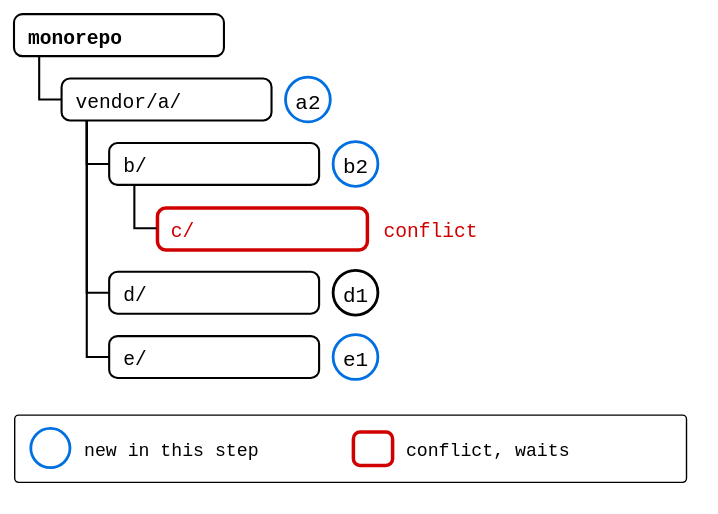
Above: docs/09-scenarios/05-nested-splices/05-recursive-pull/tree-c-conflicts.drawio.svg in roschaefer/git-splice (draw.io), before the change. Source tidied: cells renumbered, new cells last; positions are measured from the earlier drawing's top-left corner, leaving out a move shared by most shapes.
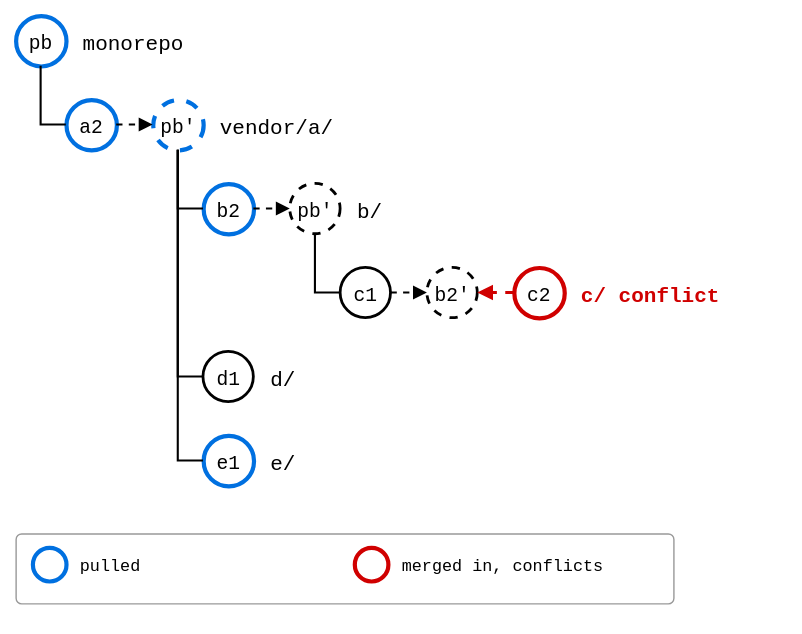
Above is the later version.

What changed in the source:
```diff
@@ -2,68 +2,95 @@
   <root>
     <mxCell id="0" />
     <mxCell id="1" parent="0" />
+    <mxCell id="23" value="pb" style="ellipse;strokeWidth=2;fontSize=14;fontFamily=Roboto Mono,monospace;strokeColor=#0070E0;strokeWidth=3;" parent="1" vertex="1">
+      <mxGeometry width="36" height="36" as="geometry" />
+    </mxCell>
-    <mxCell id="2" value="monorepo" style="rounded=1;arcSize=20;strokeWidth=1.5;fontSize=14;align=left;spacingLeft=8;fontFamily=Roboto Mono,monospace;fontStyle=1;" parent="1" vertex="1">
-      <mxGeometry width="150" height="30" as="geometry" />
+    <mxCell id="2" value="monorepo" style="text;align=left;verticalAlign=middle;fontSize=15;fontFamily=Roboto Mono,monospace;tree=1;" parent="1" vertex="1">
+      <mxGeometry x="46" width="192" height="36" as="geometry" />
     </mxCell>
+    <mxCell id="24" value="a2" style="ellipse;strokeWidth=2;fontSize=14;fontFamily=Roboto Mono,monospace;strokeColor=#0070E0;strokeWidth=3;" parent="1" vertex="1">
+      <mxGeometry x="36" y="60" width="36" height="36" as="geometry" />
+    </mxCell>
+    <mxCell id="25" style="endArrow=none;strokeWidth=1.5;edgeStyle=orthogonalEdgeStyle;rounded=0;exitX=0.5;exitY=1;exitDx=0;exitDy=0;entryX=0;entryY=0.5;entryDx=0;entryDy=0;" parent="1" edge="1" source="23" target="24">
+      <mxGeometry relative="1" as="geometry" />
+    </mxCell>
+    <mxCell id="26" value="pb'" style="ellipse;strokeWidth=2;fontSize=14;fontFamily=Roboto Mono,monospace;dashed=1;strokeColor=#0070E0;strokeWidth=3;" parent="1" vertex="1">
+      <mxGeometry x="98" y="60" width="36" height="36" as="geometry" />
+    </mxCell>
+    <mxCell id="27" style="endArrow=block;endFill=1;strokeWidth=1.5;dashed=1;" parent="1" edge="1" source="24" target="26">
+      <mxGeometry relative="1" as="geometry" />
+    </mxCell>
-    <mxCell id="3" value="vendor/a/" style="rounded=1;arcSize=20;strokeWidth=1.5;fontSize=14;align=left;spacingLeft=8;fontFamily=Roboto Mono,monospace;" parent="1" vertex="1">
-      <mxGeometry x="34" y="46" width="150" height="30" as="geometry" />
+    <mxCell id="3" value="vendor/a/" style="text;align=left;verticalAlign=middle;fontSize=15;fontFamily=Roboto Mono,monospace;" parent="1" vertex="1">
+      <mxGeometry x="144" y="60" width="201" height="36" as="geometry" />
     </mxCell>
-    <mxCell id="4" style="edgeStyle=orthogonalEdgeStyle;rounded=0;endArrow=none;html=1;strokeWidth=1.5;exitX=0.12;exitY=1;exitDx=0;exitDy=0;entryX=0;entryY=0.5;entryDx=0;entryDy=0;" parent="1" edge="1" source="2" target="3">
-      <mxGeometry relative="1" as="geometry" />
-    </mxCell>
+    <mxCell id="8" value="b2" style="ellipse;strokeWidth=2;fontSize=14;fontFamily=Roboto Mono,monospace;strokeColor=#0070E0;strokeWidth=3;" parent="1" vertex="1">
+      <mxGeometry x="134" y="120" width="36" height="36" as="geometry" />
+    </mxCell>
+    <mxCell id="28" style="endArrow=none;strokeWidth=1.5;edgeStyle=orthogonalEdgeStyle;rounded=0;exitX=0.5;exitY=1;exitDx=0;exitDy=0;entryX=0;entryY=0.5;entryDx=0;entryDy=0;" parent="1" edge="1" source="26" target="8">
+      <mxGeometry relative="1" as="geometry" />
+    </mxCell>
+    <mxCell id="29" value="pb'" style="ellipse;strokeWidth=2;fontSize=14;fontFamily=Roboto Mono,monospace;dashed=1;" parent="1" vertex="1">
+      <mxGeometry x="196" y="120" width="36" height="36" as="geometry" />
+    </mxCell>
+    <mxCell id="30" style="endArrow=block;endFill=1;strokeWidth=1.5;dashed=1;" parent="1" edge="1" source="8" target="29">
+      <mxGeometry relative="1" as="geometry" />
+    </mxCell>
+    <mxCell id="6" value="b/" style="text;align=left;verticalAlign=middle;fontSize=15;fontFamily=Roboto Mono,monospace;" parent="1" vertex="1">
+      <mxGeometry x="242" y="120" width="138" height="36" as="geometry" />
+    </mxCell>
+    <mxCell id="31" value="c1" style="ellipse;strokeWidth=2;fontSize=14;fontFamily=Roboto Mono,monospace;" parent="1" vertex="1">
+      <mxGeometry x="232" y="180" width="36" height="36" as="geometry" />
+    </mxCell>
+    <mxCell id="32" style="endArrow=none;strokeWidth=1.5;edgeStyle=orthogonalEdgeStyle;rounded=0;exitX=0.5;exitY=1;exitDx=0;exitDy=0;entryX=0;entryY=0.5;entryDx=0;entryDy=0;" parent="1" edge="1" source="29" target="31">
+      <mxGeometry relative="1" as="geometry" />
+    </mxCell>
+    <mxCell id="33" value="b2'" style="ellipse;strokeWidth=2;fontSize=14;fontFamily=Roboto Mono,monospace;dashed=1;" parent="1" vertex="1">
+      <mxGeometry x="294" y="180" width="36" height="36" as="geometry" />
+    </mxCell>
+    <mxCell id="34" style="endArrow=block;endFill=1;strokeWidth=1.5;dashed=1;" parent="1" edge="1" source="31" target="33">
+      <mxGeometry relative="1" as="geometry" />
+    </mxCell>
+    <mxCell id="35" value="c2" style="ellipse;strokeWidth=2;fontSize=14;fontFamily=Roboto Mono,monospace;strokeColor=#D00000;strokeWidth=3;" parent="1" vertex="1">
+      <mxGeometry x="356" y="180" width="36" height="36" as="geometry" />
+    </mxCell>
+    <mxCell id="36" style="endArrow=block;endFill=1;strokeWidth=2;strokeColor=#D00000;dashed=1;" parent="1" edge="1" source="35" target="33">
+      <mxGeometry relative="1" as="geometry" />
+    </mxCell>
+    <mxCell id="37" value="c/   conflict" style="text;align=left;verticalAlign=middle;fontSize=15;fontFamily=Roboto Mono,monospace;fontColor=#D00000;fontStyle=1;" parent="1" vertex="1">
+      <mxGeometry x="402" y="180" width="138" height="36" as="geometry" />
+    </mxCell>
+    <mxCell id="14" value="d1" style="ellipse;strokeWidth=2;fontSize=14;fontFamily=Roboto Mono,monospace;" parent="1" vertex="1">
+      <mxGeometry x="134" y="240" width="36" height="36" as="geometry" />
+    </mxCell>
-    <mxCell id="5" value="a2" style="ellipse;strokeWidth=2;fontSize=15;fontFamily=Roboto Mono,monospace;strokeColor=#0070E0;" parent="1" vertex="1">
-      <mxGeometry x="194" y="45" width="32" height="32" as="geometry" />
+    <mxCell id="5" style="endArrow=none;strokeWidth=1.5;edgeStyle=orthogonalEdgeStyle;rounded=0;exitX=0.5;exitY=1;exitDx=0;exitDy=0;entryX=0;entryY=0.5;entryDx=0;entryDy=0;" parent="1" edge="1" source="26" target="14">
+      <mxGeometry relative="1" as="geometry" />
     </mxCell>
-    <mxCell id="6" value="b/" style="rounded=1;arcSize=20;strokeWidth=1.5;fontSize=14;align=left;spacingLeft=8;fontFamily=Roboto Mono,monospace;" parent="1" vertex="1">
-      <mxGeometry x="68" y="92" width="150" height="30" as="geometry" />
-    </mxCell>
-    <mxCell id="7" style="edgeStyle=orthogonalEdgeStyle;rounded=0;endArrow=none;html=1;strokeWidth=1.5;exitX=0.12;exitY=1;exitDx=0;exitDy=0;entryX=0;entryY=0.5;entryDx=0;entryDy=0;" parent="1" edge="1" source="3" target="6">
-      <mxGeometry relative="1" as="geometry" />
-    </mxCell>
-    <mxCell id="8" value="b2" style="ellipse;strokeWidth=2;fontSize=15;fontFamily=Roboto Mono,monospace;strokeColor=#0070E0;" parent="1" vertex="1">
-      <mxGeometry x="228" y="91" width="32" height="32" as="geometry" />
-    </mxCell>
-    <mxCell id="9" value="c/" style="rounded=1;arcSize=20;strokeWidth=1.5;fontSize=14;align=left;spacingLeft=8;fontFamily=Roboto Mono,monospace;strokeColor=#D00000;strokeWidth=2.5;fontColor=#D00000;" parent="1" vertex="1">
-      <mxGeometry x="102" y="138" width="150" height="30" as="geometry" />
-    </mxCell>
-    <mxCell id="10" style="edgeStyle=orthogonalEdgeStyle;rounded=0;endArrow=none;html=1;strokeWidth=1.5;exitX=0.12;exitY=1;exitDx=0;exitDy=0;entryX=0;entryY=0.5;entryDx=0;entryDy=0;" parent="1" edge="1" source="6" target="9">
-      <mxGeometry relative="1" as="geometry" />
-    </mxCell>
-    <mxCell id="11" value="conflict" style="text;fontSize=14;align=left;verticalAlign=middle;fontColor=#D00000;fontFamily=Roboto Mono,monospace;" parent="1" vertex="1">
-      <mxGeometry x="262" y="138" width="90" height="30" as="geometry" />
-    </mxCell>
-    <mxCell id="12" value="d/" style="rounded=1;arcSize=20;strokeWidth=1.5;fontSize=14;align=left;spacingLeft=8;fontFamily=Roboto Mono,monospace;" parent="1" vertex="1">
-      <mxGeometry x="68" y="184" width="150" height="30" as="geometry" />
+    <mxCell id="12" value="d/" style="text;align=left;verticalAlign=middle;fontSize=15;fontFamily=Roboto Mono,monospace;" parent="1" vertex="1">
+      <mxGeometry x="180" y="240" width="138" height="36" as="geometry" />
     </mxCell>
-    <mxCell id="13" style="edgeStyle=orthogonalEdgeStyle;rounded=0;endArrow=none;html=1;strokeWidth=1.5;exitX=0.12;exitY=1;exitDx=0;exitDy=0;entryX=0;entryY=0.5;entryDx=0;entryDy=0;" parent="1" edge="1" source="3" target="12">
-      <mxGeometry relative="1" as="geometry" />
-    </mxCell>
-    <mxCell id="14" value="d1" style="ellipse;strokeWidth=2;fontSize=15;fontFamily=Roboto Mono,monospace;" parent="1" vertex="1">
-      <mxGeometry x="228" y="183" width="32" height="32" as="geometry" />
-    </mxCell>
+    <mxCell id="17" value="e1" style="ellipse;strokeWidth=2;fontSize=14;fontFamily=Roboto Mono,monospace;strokeColor=#0070E0;strokeWidth=3;" parent="1" vertex="1">
+      <mxGeometry x="134" y="300" width="36" height="36" as="geometry" />
+    </mxCell>
+    <mxCell id="38" style="endArrow=none;strokeWidth=1.5;edgeStyle=orthogonalEdgeStyle;rounded=0;exitX=0.5;exitY=1;exitDx=0;exitDy=0;entryX=0;entryY=0.5;entryDx=0;entryDy=0;" parent="1" edge="1" source="26" target="17">
+      <mxGeometry relative="1" as="geometry" />
+    </mxCell>
-    <mxCell id="15" value="e/" style="rounded=1;arcSize=20;strokeWidth=1.5;fontSize=14;align=left;spacingLeft=8;fontFamily=Roboto Mono,monospace;" parent="1" vertex="1">
-      <mxGeometry x="68" y="230" width="150" height="30" as="geometry" />
+    <mxCell id="15" value="e/" style="text;align=left;verticalAlign=middle;fontSize=15;fontFamily=Roboto Mono,monospace;" parent="1" vertex="1">
+      <mxGeometry x="180" y="300" width="138" height="36" as="geometry" />
     </mxCell>
-    <mxCell id="16" style="edgeStyle=orthogonalEdgeStyle;rounded=0;endArrow=none;html=1;strokeWidth=1.5;exitX=0.12;exitY=1;exitDx=0;exitDy=0;entryX=0;entryY=0.5;entryDx=0;entryDy=0;" parent="1" edge="1" source="3" target="15">
-      <mxGeometry relative="1" as="geometry" />
-    </mxCell>
-    <mxCell id="17" value="e1" style="ellipse;strokeWidth=2;fontSize=15;fontFamily=Roboto Mono,monospace;strokeColor=#0070E0;" parent="1" vertex="1">
-      <mxGeometry x="228" y="229" width="32" height="32" as="geometry" />
-    </mxCell>
-    <mxCell id="18" style="rounded=1;arcSize=6;fillColor=none;strokeWidth=1;dashed=0;" parent="1" vertex="1">
-      <mxGeometry y="286" width="480" height="48" as="geometry" />
-    </mxCell>
-    <mxCell id="19" style="ellipse;strokeWidth=2;strokeColor=#0070E0;" parent="1" vertex="1">
-      <mxGeometry x="12" y="296" width="28" height="28" as="geometry" />
-    </mxCell>
-    <mxCell id="20" value="new in this step" style="text;fontSize=13;align=left;verticalAlign=middle;fontFamily=Roboto Mono,monospace;" parent="1" vertex="1">
-      <mxGeometry x="48" y="296" width="180" height="28" as="geometry" />
-    </mxCell>
-    <mxCell id="21" style="rounded=1;arcSize=20;strokeWidth=2.5;strokeColor=#D00000;" parent="1" vertex="1">
-      <mxGeometry x="242" y="298" width="28" height="24" as="geometry" />
-    </mxCell>
-    <mxCell id="22" value="conflict, waits" style="text;fontSize=13;align=left;verticalAlign=middle;fontFamily=Roboto Mono,monospace;" parent="1" vertex="1">
-      <mxGeometry x="278" y="296" width="180" height="28" as="geometry" />
-    </mxCell>
+    <mxCell id="39" style="rounded=1;arcSize=8;fillColor=none;strokeColor=#999999;strokeWidth=1;legend=1;" parent="1" vertex="1">
+      <mxGeometry y="370" width="470" height="50" as="geometry" />
+    </mxCell>
+    <mxCell id="40" style="ellipse;strokeWidth=2;strokeColor=#0070E0;strokeWidth=3;" parent="39" vertex="1">
+      <mxGeometry x="12" y="10" width="24" height="24" as="geometry" />
+    </mxCell>
+    <mxCell id="41" value="pulled" style="text;align=left;verticalAlign=middle;fontSize=12;fontFamily=Roboto Mono,monospace;" parent="39" vertex="1">
+      <mxGeometry x="44" y="8" width="190" height="28" as="geometry" />
+    </mxCell>
+    <mxCell id="42" style="ellipse;strokeWidth=2;strokeColor=#D00000;strokeWidth=3;" parent="39" vertex="1">
+      <mxGeometry x="242" y="10" width="24" height="24" as="geometry" />
+    </mxCell>
+    <mxCell id="43" value="merged in, conflicts" style="text;align=left;verticalAlign=middle;fontSize=12;fontFamily=Roboto Mono,monospace;" parent="39" vertex="1">
+      <mxGeometry x="274" y="8" width="190" height="28" as="geometry" />
+    </mxCell>
   </root>
 </mxGraphModel>
```
